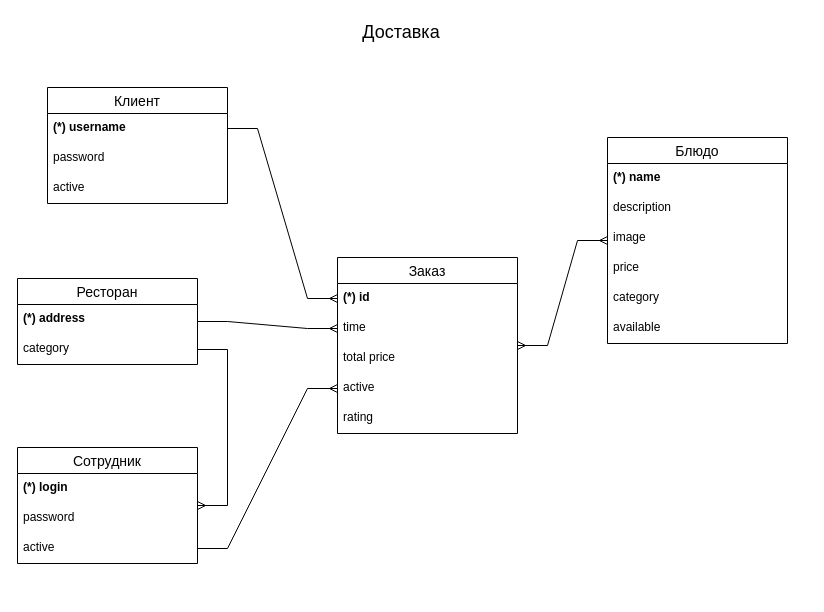
Earlier version of the draw.io diagram doc/erd.drawio (Nuikut/fastapi-react-delivery). Source tidied: cells renumbered, new cells numbered last; positions are measured from the earlier drawing's top-left corner, leaving out a move shared by most shapes. Both pictures are drawn from the tidied source at 100%, with x=0, y=0 at pixel (17, 17).
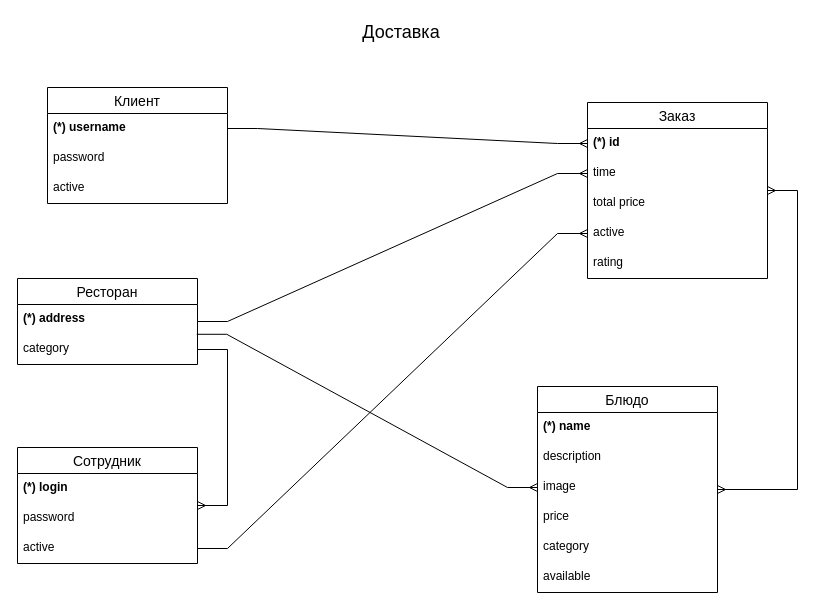
Above is the later version.

Unchanged cells that the change refers to:
```xml
<mxCell id="10" value="image" style="text;strokeColor=none;fillColor=none;spacingLeft=4;spacingRight=4;overflow=hidden;points=[[0,0.5],[1,0.5]];portConstraint=eastwest;fontSize=12;whiteSpace=wrap;html=1;" parent="7" vertex="1">
  <mxGeometry y="86" width="180" height="30" as="geometry" />
</mxCell>
<mxCell id="15" value="&lt;b&gt;(*) address&lt;/b&gt;" style="text;strokeColor=none;fillColor=none;spacingLeft=4;spacingRight=4;overflow=hidden;points=[[0,0.5],[1,0.5]];portConstraint=eastwest;fontSize=12;whiteSpace=wrap;html=1;fontStyle=0;" parent="14" vertex="1">
  <mxGeometry y="26" width="180" height="30" as="geometry" />
</mxCell>
```

What changed in the source:
```diff
@@
     <mxCell id="7" value="Блюдо" style="swimlane;fontStyle=0;horizontal=1;startSize=26;align=center;fontSize=14;" parent="1" vertex="1">
-      <mxGeometry x="590" y="120" width="180" height="206" as="geometry" />
+      <mxGeometry x="520" y="369" width="180" height="206" as="geometry" />
     </mxCell>
@@
     <mxCell id="17" value="Заказ" style="swimlane;fontStyle=0;horizontal=1;startSize=26;align=center;fontSize=14;" parent="1" vertex="1">
-      <mxGeometry x="320" y="240" width="180" height="176" as="geometry" />
+      <mxGeometry x="570" y="85" width="180" height="176" as="geometry" />
     </mxCell>
@@
     <mxCell id="31" style="edgeStyle=entityRelationEdgeStyle;fontSize=12;html=1;endArrow=ERmany;startArrow=ERmany;rounded=0;" parent="1" edge="1" source="17" target="7">
-      <mxGeometry relative="1" as="geometry" />
+      <mxGeometry relative="1" as="geometry">
+        <Array as="points">
+          <mxPoint x="590" y="380" />
+          <mxPoint x="580" y="380" />
+        </Array>
+      </mxGeometry>
     </mxCell>
+    <mxCell id="32" style="edgeStyle=entityRelationEdgeStyle;fontSize=12;html=1;endArrow=ERmany;rounded=0;exitX=0.996;exitY=0.993;exitDx=0;exitDy=0;exitPerimeter=0;entryX=0;entryY=0.5;entryDx=0;entryDy=0;" parent="1" edge="1" source="15" target="10">
+      <mxGeometry relative="1" as="geometry">
+        <Array as="points">
+          <mxPoint x="759" y="419" />
+        </Array>
+      </mxGeometry>
+    </mxCell>
```
